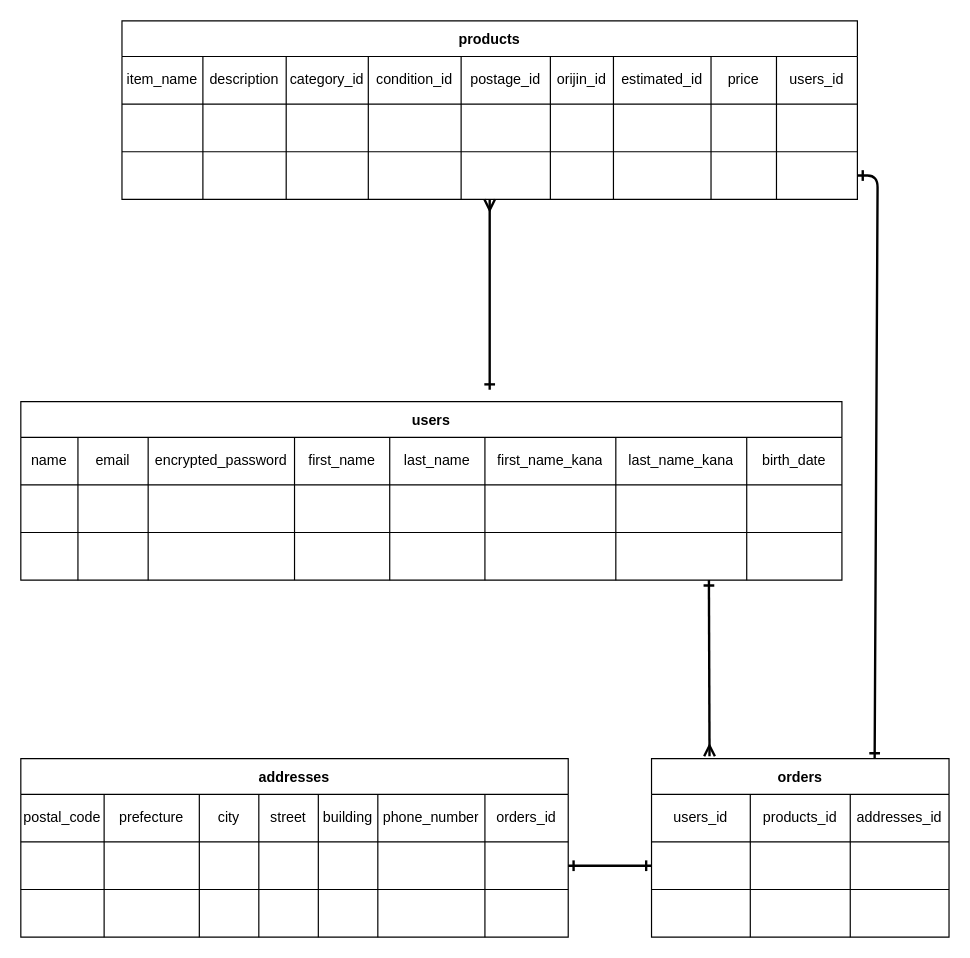
The draw.io diagram DB.dio in meccheruda/furima-39347, before the edit. Source tidied: cells renumbered, new cells numbered last; positions are measured from the earlier drawing's top-left corner, leaving out a move shared by most shapes. Both pictures are drawn from the tidied source at 119%, with x=0, y=0 at pixel (20, 20).
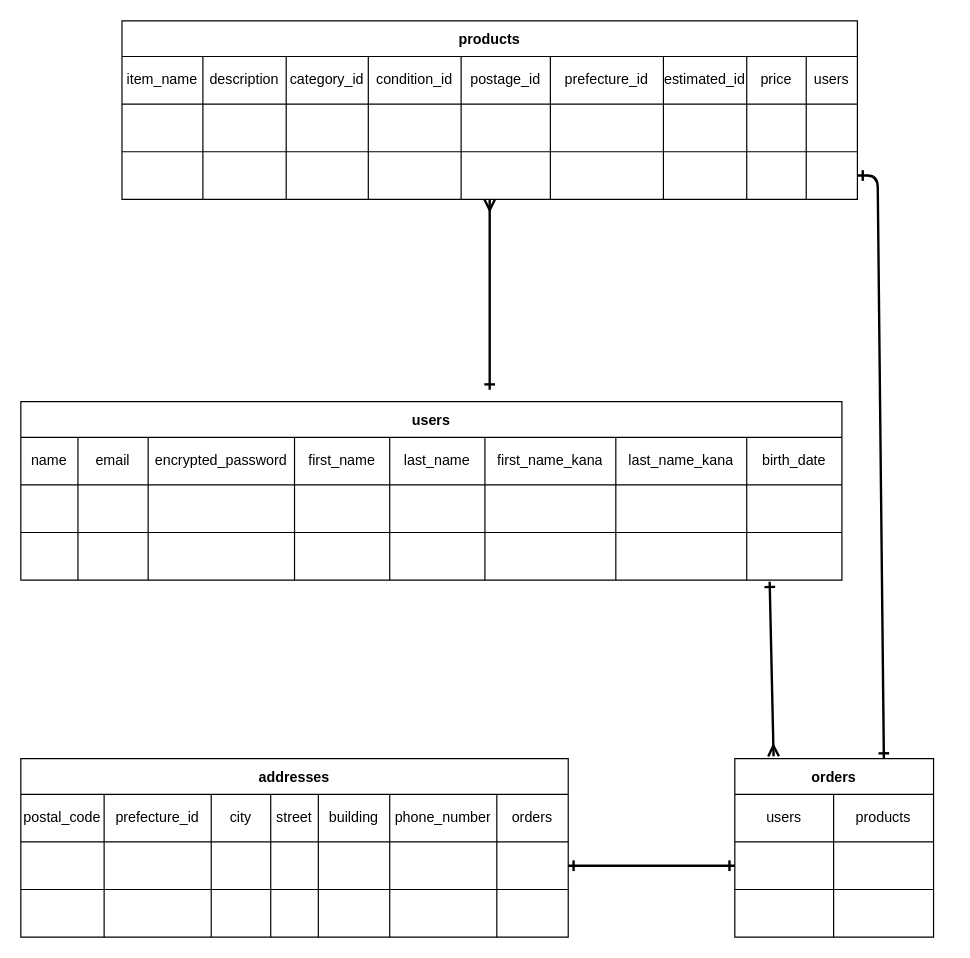
The same diagram, later.

Commit message (it also covers changes not shown here):
ER図とREADMEの修正２

Unchanged cells that the change refers to:
```xml
<mxCell id="3" style="shape=tableRow;horizontal=0;startSize=0;swimlaneHead=0;swimlaneBody=0;top=0;left=0;bottom=0;right=0;fillColor=none;" parent="2" vertex="1">
  <mxGeometry y="30" width="460" height="40" as="geometry" />
</mxCell>
<mxCell id="11" style="shape=tableRow;horizontal=0;startSize=0;swimlaneHead=0;swimlaneBody=0;top=0;left=0;bottom=0;right=0;fillColor=none;points=[[0,0.5],[1,0.5]];portConstraint=eastwest;" parent="2" vertex="1">
  <mxGeometry y="70" width="460" height="40" as="geometry" />
</mxCell>
<mxCell id="19" style="shape=tableRow;horizontal=0;startSize=0;swimlaneHead=0;swimlaneBody=0;top=0;left=0;bottom=0;right=0;fillColor=none;" parent="2" vertex="1">
  <mxGeometry y="110" width="460" height="40" as="geometry" />
</mxCell>
<mxCell id="46" style="shape=tableRow;horizontal=0;startSize=0;swimlaneHead=0;swimlaneBody=0;top=0;left=0;bottom=0;right=0;fillColor=none;points=[[0,0.5],[1,0.5]];portConstraint=eastwest;" parent="27" vertex="1">
  <mxGeometry y="110" width="690" height="40" as="geometry" />
</mxCell>
<mxCell id="57" style="shape=tableRow;horizontal=0;startSize=0;swimlaneHead=0;swimlaneBody=0;top=0;left=0;bottom=0;right=0;fillColor=none;" parent="56" vertex="1">
  <mxGeometry y="30" width="618" height="40" as="geometry" />
</mxCell>
<mxCell id="67" style="shape=tableRow;horizontal=0;startSize=0;swimlaneHead=0;swimlaneBody=0;top=0;left=0;bottom=0;right=0;fillColor=none;" parent="56" vertex="1">
  <mxGeometry y="70" width="618" height="40" as="geometry" />
</mxCell>
<mxCell id="77" style="shape=tableRow;horizontal=0;startSize=0;swimlaneHead=0;swimlaneBody=0;top=0;left=0;bottom=0;right=0;fillColor=none;points=[[0,0.5],[1,0.5]];portConstraint=eastwest;" parent="56" vertex="1">
  <mxGeometry y="110" width="618" height="40" as="geometry" />
</mxCell>
```

The edit, as a diff of the source:
```diff
@@
-    <mxCell id="5" value="prefecture" style="shape=partialRectangle;html=1;whiteSpace=wrap;fillColor=none;top=0;left=0;bottom=0;right=0;overflow=hidden;" parent="3" vertex="1">
-      <mxGeometry x="70" width="80" height="40" as="geometry" />
+    <mxCell id="5" value="prefecture_id" style="shape=partialRectangle;html=1;whiteSpace=wrap;fillColor=none;top=0;left=0;bottom=0;right=0;overflow=hidden;" parent="3" vertex="1">
+      <mxGeometry x="70" width="90" height="40" as="geometry" />
     </mxCell>
     <mxCell id="6" value="city" style="shape=partialRectangle;html=1;whiteSpace=wrap;fillColor=none;top=0;left=0;bottom=0;right=0;overflow=hidden;" parent="3" vertex="1">
-      <mxGeometry x="150" width="50" height="40" as="geometry" />
+      <mxGeometry x="160" width="50" height="40" as="geometry" />
     </mxCell>
     <mxCell id="7" value="street" style="shape=partialRectangle;html=1;whiteSpace=wrap;fillColor=none;top=0;left=0;bottom=0;right=0;overflow=hidden;" parent="3" vertex="1">
-      <mxGeometry x="200" width="50" height="40" as="geometry" />
+      <mxGeometry x="210" width="40" height="40" as="geometry" />
     </mxCell>
     <mxCell id="8" value="building" style="shape=partialRectangle;html=1;whiteSpace=wrap;fillColor=none;top=0;left=0;bottom=0;right=0;overflow=hidden;" parent="3" vertex="1">
-      <mxGeometry x="250" width="50" height="40" as="geometry" />
+      <mxGeometry x="250" width="60" height="40" as="geometry" />
     </mxCell>
     <mxCell id="9" value="phone_number" style="shape=partialRectangle;html=1;whiteSpace=wrap;fillColor=none;top=0;left=0;bottom=0;right=0;overflow=hidden;" parent="3" vertex="1">
-      <mxGeometry x="300" width="90" height="40" as="geometry" />
+      <mxGeometry x="310" width="90" height="40" as="geometry" />
     </mxCell>
-    <mxCell id="10" value="orders_id" style="shape=partialRectangle;html=1;whiteSpace=wrap;fillColor=none;top=0;left=0;bottom=0;right=0;overflow=hidden;" parent="3" vertex="1">
-      <mxGeometry x="390" width="70" height="40" as="geometry" />
+    <mxCell id="10" value="orders" style="shape=partialRectangle;html=1;whiteSpace=wrap;fillColor=none;top=0;left=0;bottom=0;right=0;overflow=hidden;" parent="3" vertex="1">
+      <mxGeometry x="400" width="60" height="40" as="geometry" />
     </mxCell>
@@
     <mxCell id="13" style="shape=partialRectangle;html=1;whiteSpace=wrap;fillColor=none;top=0;left=0;bottom=0;right=0;overflow=hidden;" parent="11" vertex="1">
-      <mxGeometry x="70" width="80" height="40" as="geometry" />
+      <mxGeometry x="70" width="90" height="40" as="geometry" />
     </mxCell>
     <mxCell id="14" style="shape=partialRectangle;html=1;whiteSpace=wrap;fillColor=none;top=0;left=0;bottom=0;right=0;overflow=hidden;" parent="11" vertex="1">
-      <mxGeometry x="150" width="50" height="40" as="geometry" />
+      <mxGeometry x="160" width="50" height="40" as="geometry" />
     </mxCell>
     <mxCell id="15" style="shape=partialRectangle;html=1;whiteSpace=wrap;fillColor=none;top=0;left=0;bottom=0;right=0;overflow=hidden;" parent="11" vertex="1">
-      <mxGeometry x="200" width="50" height="40" as="geometry" />
+      <mxGeometry x="210" width="40" height="40" as="geometry" />
     </mxCell>
     <mxCell id="16" style="shape=partialRectangle;html=1;whiteSpace=wrap;fillColor=none;top=0;left=0;bottom=0;right=0;overflow=hidden;" parent="11" vertex="1">
-      <mxGeometry x="250" width="50" height="40" as="geometry" />
+      <mxGeometry x="250" width="60" height="40" as="geometry" />
     </mxCell>
     <mxCell id="17" style="shape=partialRectangle;html=1;whiteSpace=wrap;fillColor=none;top=0;left=0;bottom=0;right=0;overflow=hidden;" parent="11" vertex="1">
-      <mxGeometry x="300" width="90" height="40" as="geometry" />
+      <mxGeometry x="310" width="90" height="40" as="geometry" />
     </mxCell>
     <mxCell id="18" style="shape=partialRectangle;html=1;whiteSpace=wrap;fillColor=none;top=0;left=0;bottom=0;right=0;overflow=hidden;" parent="11" vertex="1">
-      <mxGeometry x="390" width="70" height="40" as="geometry" />
+      <mxGeometry x="400" width="60" height="40" as="geometry" />
     </mxCell>
@@
     <mxCell id="21" style="shape=partialRectangle;html=1;whiteSpace=wrap;fillColor=none;top=0;left=0;bottom=0;right=0;overflow=hidden;" parent="19" vertex="1">
-      <mxGeometry x="70" width="80" height="40" as="geometry" />
+      <mxGeometry x="70" width="90" height="40" as="geometry" />
     </mxCell>
     <mxCell id="22" style="shape=partialRectangle;html=1;whiteSpace=wrap;fillColor=none;top=0;left=0;bottom=0;right=0;overflow=hidden;" parent="19" vertex="1">
-      <mxGeometry x="150" width="50" height="40" as="geometry" />
+      <mxGeometry x="160" width="50" height="40" as="geometry" />
     </mxCell>
     <mxCell id="23" style="shape=partialRectangle;html=1;whiteSpace=wrap;fillColor=none;top=0;left=0;bottom=0;right=0;overflow=hidden;" parent="19" vertex="1">
-      <mxGeometry x="200" width="50" height="40" as="geometry" />
+      <mxGeometry x="210" width="40" height="40" as="geometry" />
     </mxCell>
     <mxCell id="24" style="shape=partialRectangle;html=1;whiteSpace=wrap;fillColor=none;top=0;left=0;bottom=0;right=0;overflow=hidden;" parent="19" vertex="1">
-      <mxGeometry x="250" width="50" height="40" as="geometry" />
+      <mxGeometry x="250" width="60" height="40" as="geometry" />
     </mxCell>
     <mxCell id="25" style="shape=partialRectangle;html=1;whiteSpace=wrap;fillColor=none;top=0;left=0;bottom=0;right=0;overflow=hidden;" parent="19" vertex="1">
-      <mxGeometry x="300" width="90" height="40" as="geometry" />
+      <mxGeometry x="310" width="90" height="40" as="geometry" />
     </mxCell>
     <mxCell id="26" style="shape=partialRectangle;html=1;whiteSpace=wrap;fillColor=none;top=0;left=0;bottom=0;right=0;overflow=hidden;" parent="19" vertex="1">
-      <mxGeometry x="390" width="70" height="40" as="geometry" />
+      <mxGeometry x="400" width="60" height="40" as="geometry" />
     </mxCell>
@@
-    <mxCell id="63" value="orijin_id" style="shape=partialRectangle;html=1;whiteSpace=wrap;fillColor=none;top=0;left=0;bottom=0;right=0;overflow=hidden;" parent="57" vertex="1">
-      <mxGeometry x="360" width="53" height="40" as="geometry" />
+    <mxCell id="63" value="prefecture_id" style="shape=partialRectangle;html=1;whiteSpace=wrap;fillColor=none;top=0;left=0;bottom=0;right=0;overflow=hidden;" parent="57" vertex="1">
+      <mxGeometry x="360" width="95" height="40" as="geometry" />
     </mxCell>
     <mxCell id="64" value="estimated_id" style="shape=partialRectangle;html=1;whiteSpace=wrap;fillColor=none;top=0;left=0;bottom=0;right=0;overflow=hidden;" parent="57" vertex="1">
-      <mxGeometry x="413" width="82" height="40" as="geometry" />
+      <mxGeometry x="455" width="70" height="40" as="geometry" />
     </mxCell>
     <mxCell id="65" value="price" style="shape=partialRectangle;html=1;whiteSpace=wrap;fillColor=none;top=0;left=0;bottom=0;right=0;overflow=hidden;" parent="57" vertex="1">
-      <mxGeometry x="495" width="55" height="40" as="geometry" />
+      <mxGeometry x="525" width="50" height="40" as="geometry" />
     </mxCell>
-    <mxCell id="66" value="users_id" style="shape=partialRectangle;html=1;whiteSpace=wrap;fillColor=none;top=0;left=0;bottom=0;right=0;overflow=hidden;" parent="57" vertex="1">
-      <mxGeometry x="550" width="68" height="40" as="geometry" />
+    <mxCell id="66" value="users" style="shape=partialRectangle;html=1;whiteSpace=wrap;fillColor=none;top=0;left=0;bottom=0;right=0;overflow=hidden;" parent="57" vertex="1">
+      <mxGeometry x="575" width="43" height="40" as="geometry" />
     </mxCell>
@@
     <mxCell id="73" style="shape=partialRectangle;html=1;whiteSpace=wrap;fillColor=none;top=0;left=0;bottom=0;right=0;overflow=hidden;" parent="67" vertex="1">
-      <mxGeometry x="360" width="53" height="40" as="geometry" />
+      <mxGeometry x="360" width="95" height="40" as="geometry" />
     </mxCell>
     <mxCell id="74" style="shape=partialRectangle;html=1;whiteSpace=wrap;fillColor=none;top=0;left=0;bottom=0;right=0;overflow=hidden;" parent="67" vertex="1">
-      <mxGeometry x="413" width="82" height="40" as="geometry" />
+      <mxGeometry x="455" width="70" height="40" as="geometry" />
     </mxCell>
     <mxCell id="75" style="shape=partialRectangle;html=1;whiteSpace=wrap;fillColor=none;top=0;left=0;bottom=0;right=0;overflow=hidden;" parent="67" vertex="1">
-      <mxGeometry x="495" width="55" height="40" as="geometry" />
+      <mxGeometry x="525" width="50" height="40" as="geometry" />
     </mxCell>
     <mxCell id="76" style="shape=partialRectangle;html=1;whiteSpace=wrap;fillColor=none;top=0;left=0;bottom=0;right=0;overflow=hidden;" parent="67" vertex="1">
-      <mxGeometry x="550" width="68" height="40" as="geometry" />
+      <mxGeometry x="575" width="43" height="40" as="geometry" />
     </mxCell>
@@
     <mxCell id="83" style="shape=partialRectangle;html=1;whiteSpace=wrap;fillColor=none;top=0;left=0;bottom=0;right=0;overflow=hidden;" parent="77" vertex="1">
-      <mxGeometry x="360" width="53" height="40" as="geometry" />
+      <mxGeometry x="360" width="95" height="40" as="geometry" />
     </mxCell>
     <mxCell id="84" style="shape=partialRectangle;html=1;whiteSpace=wrap;fillColor=none;top=0;left=0;bottom=0;right=0;overflow=hidden;" parent="77" vertex="1">
-      <mxGeometry x="413" width="82" height="40" as="geometry" />
+      <mxGeometry x="455" width="70" height="40" as="geometry" />
     </mxCell>
     <mxCell id="85" style="shape=partialRectangle;html=1;whiteSpace=wrap;fillColor=none;top=0;left=0;bottom=0;right=0;overflow=hidden;" parent="77" vertex="1">
-      <mxGeometry x="495" width="55" height="40" as="geometry" />
+      <mxGeometry x="525" width="50" height="40" as="geometry" />
     </mxCell>
     <mxCell id="86" style="shape=partialRectangle;html=1;whiteSpace=wrap;fillColor=none;top=0;left=0;bottom=0;right=0;overflow=hidden;" parent="77" vertex="1">
-      <mxGeometry x="550" width="68" height="40" as="geometry" />
+      <mxGeometry x="575" width="43" height="40" as="geometry" />
     </mxCell>
-    <mxCell id="87" style="edgeStyle=none;html=1;strokeWidth=2;startArrow=ERmany;startFill=0;endArrow=ERone;endFill=0;exitX=0.195;exitY=-0.013;exitDx=0;exitDy=0;exitPerimeter=0;entryX=0.838;entryY=1;entryDx=0;entryDy=0;entryPerimeter=0;" parent="1" edge="1" source="88" target="46">
+    <mxCell id="87" style="edgeStyle=none;html=1;strokeWidth=2;startArrow=ERmany;startFill=0;endArrow=ERone;endFill=0;exitX=0.195;exitY=-0.013;exitDx=0;exitDy=0;exitPerimeter=0;entryX=0.912;entryY=1.033;entryDx=0;entryDy=0;entryPerimeter=0;" parent="1" edge="1" source="88" target="46">
       <mxGeometry relative="1" as="geometry" />
     </mxCell>
     <mxCell id="88" value="orders" style="shape=table;startSize=30;childLayout=tableLayout;fontStyle=1;align=center;" parent="1" vertex="1">
-      <mxGeometry x="530" y="620" width="250" height="150" as="geometry" />
+      <mxGeometry x="600" y="620" width="167" height="150" as="geometry" />
     </mxCell>
     <mxCell id="89" style="shape=tableRow;horizontal=0;startSize=0;swimlaneHead=0;swimlaneBody=0;top=0;left=0;bottom=0;right=0;fillColor=none;" parent="88" vertex="1">
-      <mxGeometry y="30" width="250" height="40" as="geometry" />
+      <mxGeometry y="30" width="167" height="40" as="geometry" />
     </mxCell>
-    <mxCell id="90" value="users_id" style="shape=partialRectangle;html=1;whiteSpace=wrap;fillColor=none;top=0;left=0;bottom=0;right=0;overflow=hidden;" parent="89" vertex="1">
+    <mxCell id="90" value="users" style="shape=partialRectangle;html=1;whiteSpace=wrap;fillColor=none;top=0;left=0;bottom=0;right=0;overflow=hidden;" parent="89" vertex="1">
       <mxGeometry width="83" height="40" as="geometry" />
     </mxCell>
-    <mxCell id="91" value="products_id" style="shape=partialRectangle;html=1;whiteSpace=wrap;fillColor=none;top=0;left=0;bottom=0;right=0;overflow=hidden;" parent="89" vertex="1">
+    <mxCell id="91" value="products" style="shape=partialRectangle;html=1;whiteSpace=wrap;fillColor=none;top=0;left=0;bottom=0;right=0;overflow=hidden;" parent="89" vertex="1">
       <mxGeometry x="83" width="84" height="40" as="geometry" />
     </mxCell>
-    <mxCell id="92" value="addresses_id" style="shape=partialRectangle;html=1;whiteSpace=wrap;fillColor=none;top=0;left=0;bottom=0;right=0;overflow=hidden;" parent="89" vertex="1">
-      <mxGeometry x="167" width="83" height="40" as="geometry" />
-    </mxCell>
     <mxCell id="93" style="shape=tableRow;horizontal=0;startSize=0;swimlaneHead=0;swimlaneBody=0;top=0;left=0;bottom=0;right=0;fillColor=none;points=[[0,0.5],[1,0.5]];portConstraint=eastwest;" parent="88" vertex="1">
-      <mxGeometry y="70" width="250" height="40" as="geometry" />
+      <mxGeometry y="70" width="167" height="40" as="geometry" />
     </mxCell>
@@
-    <mxCell id="96" style="shape=partialRectangle;html=1;whiteSpace=wrap;fillColor=none;top=0;left=0;bottom=0;right=0;overflow=hidden;" parent="93" vertex="1">
-      <mxGeometry x="167" width="83" height="40" as="geometry" />
-    </mxCell>
     <mxCell id="97" style="shape=tableRow;horizontal=0;startSize=0;swimlaneHead=0;swimlaneBody=0;top=0;left=0;bottom=0;right=0;fillColor=none;" parent="88" vertex="1">
-      <mxGeometry y="110" width="250" height="40" as="geometry" />
+      <mxGeometry y="110" width="167" height="40" as="geometry" />
     </mxCell>
@@
-    <mxCell id="100" style="shape=partialRectangle;html=1;whiteSpace=wrap;fillColor=none;top=0;left=0;bottom=0;right=0;overflow=hidden;" parent="97" vertex="1">
-      <mxGeometry x="167" width="83" height="40" as="geometry" />
-    </mxCell>
```
